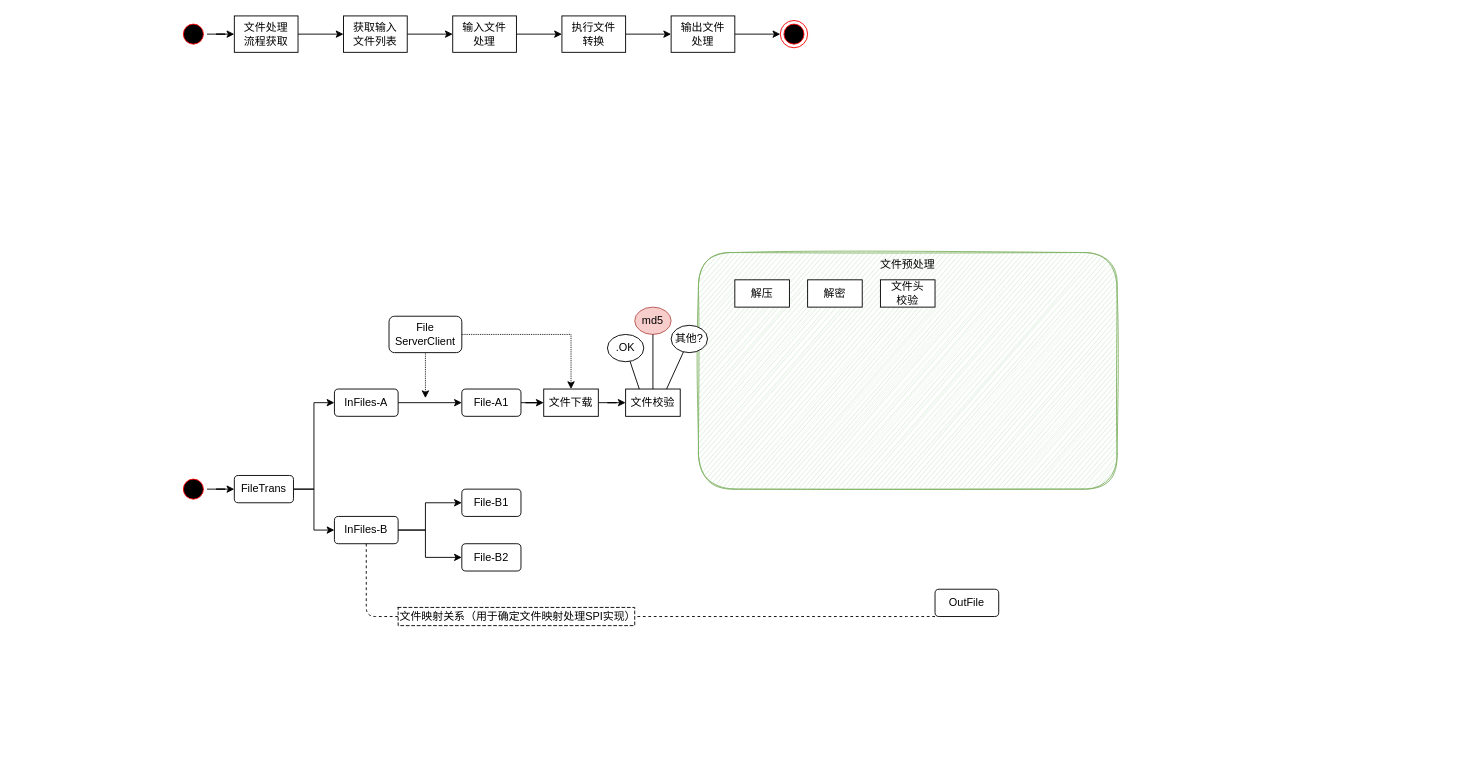
This is page "Page-4" (4 of 7) of diagrams.net/DDDtest.drawio from ZhengweiHou/simplegit, a draw.io file, before an edit. Source tidied: cells renumbered, new cells numbered last; positions are measured from the earlier drawing's top-left corner, leaving out a move shared by most shapes. Both pictures are drawn from the tidied source at 91%, with x=0, y=0 at pixel (179, 15).
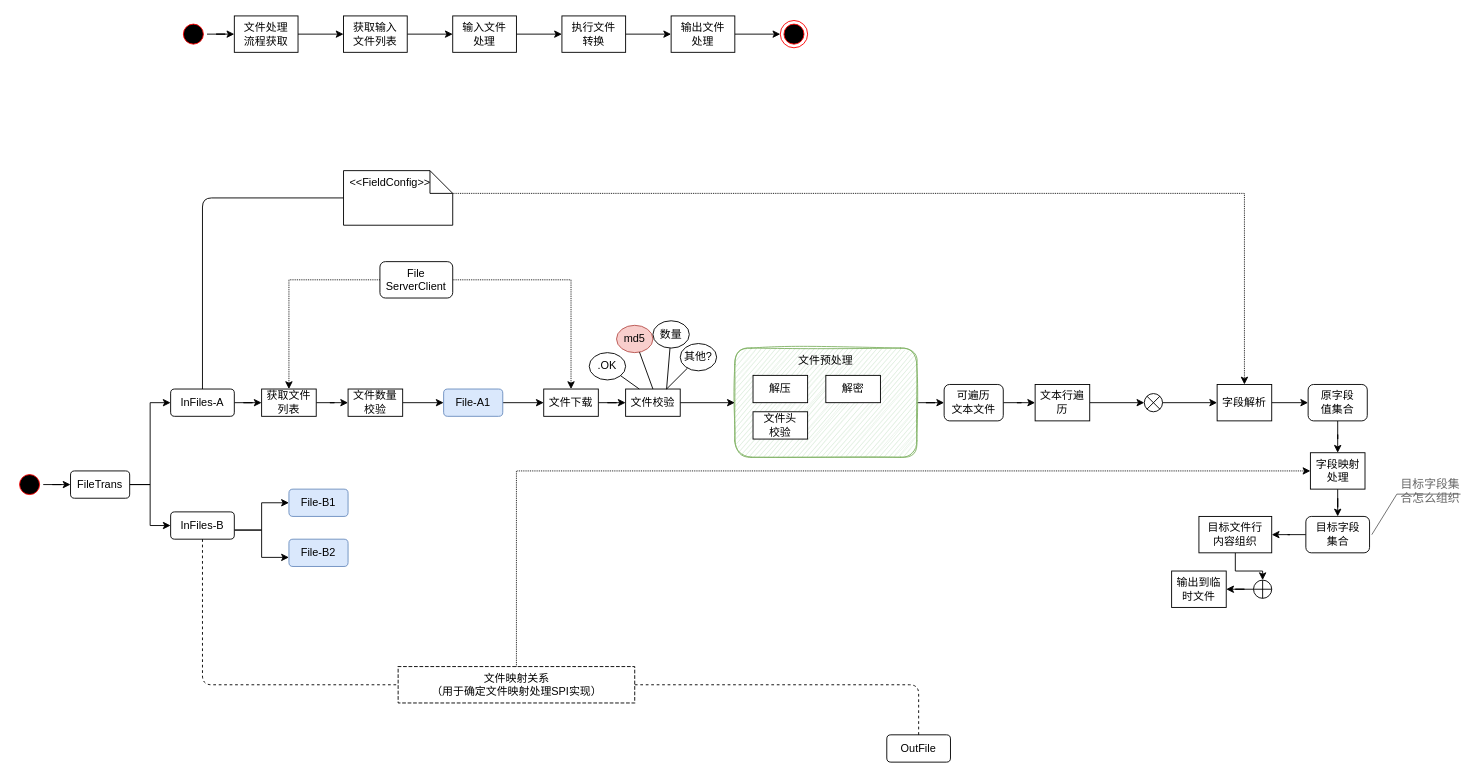
The same page after the edit.

The change refers to these unchanged cells:
```xml
<mxCell id="42" value="文件校验" style="rounded=0;whiteSpace=wrap;html=1;" parent="5" vertex="1">
  <mxGeometry x="490" y="410" width="60" height="30" as="geometry" />
</mxCell>
```

What changed in the source:
```diff
@@
+    <mxCell id="50" style="edgeStyle=orthogonalEdgeStyle;rounded=0;jettySize=auto;html=1;" parent="1" edge="1" source="2" target="59">
+      <mxGeometry relative="1" as="geometry" />
+    </mxCell>
     <mxCell id="2" value="&lt;div&gt;文件预处理&lt;br&gt;&lt;/div&gt;" style="rounded=1;whiteSpace=wrap;html=1;fillColor=#d5e8d4;strokeColor=#82b366;align=center;verticalAlign=top;glass=0;shadow=0;sketch=1;" parent="1" vertex="1">
-      <mxGeometry x="570" y="260" width="460" height="260" as="geometry" />
+      <mxGeometry x="610" y="365" width="200" height="120" as="geometry" />
     </mxCell>
-    <mxCell id="3" value="解密" style="rounded=0;whiteSpace=wrap;html=1;" parent="1" vertex="1">
-      <mxGeometry x="690" y="290" width="60" height="30" as="geometry" />
-    </mxCell>
-    <mxCell id="4" value="&lt;div&gt;文件头&lt;/div&gt;&lt;div&gt;校验&lt;/div&gt;" style="rounded=0;whiteSpace=wrap;html=1;" parent="1" vertex="1">
-      <mxGeometry x="770" y="290" width="60" height="30" as="geometry" />
-    </mxCell>
@@
     <mxCell id="20" style="ellipse;html=1;shape=startState;fillColor=#000000;strokeColor=#ff0000;" parent="5" vertex="1">
-      <mxGeometry y="505" width="30" height="30" as="geometry" />
+      <mxGeometry x="-180" y="500" width="30" height="30" as="geometry" />
     </mxCell>
@@
     <mxCell id="23" value="&lt;div&gt;FileTrans&lt;/div&gt;" style="rounded=1;whiteSpace=wrap;html=1;" parent="5" vertex="1">
-      <mxGeometry x="60" y="505" width="65" height="30" as="geometry" />
+      <mxGeometry x="-120" y="500" width="65" height="30" as="geometry" />
     </mxCell>
-    <mxCell id="24" style="edgeStyle=orthogonalEdgeStyle;rounded=0;jettySize=auto;html=1;" parent="5" edge="1" source="26" target="30">
+    <mxCell id="24" style="edgeStyle=orthogonalEdgeStyle;rounded=0;jettySize=auto;html=1;" parent="5" edge="1" source="26" target="55">
       <mxGeometry relative="1" as="geometry" />
     </mxCell>
     <mxCell id="25" style="edgeStyle=orthogonalEdgeStyle;rounded=0;jettySize=auto;html=1;" parent="5" edge="1" source="28" target="31">
       <mxGeometry relative="1" as="geometry">
         <Array as="points">
-          <mxPoint x="270" y="565" />
-          <mxPoint x="270" y="595" />
+          <mxPoint x="90" y="565" />
+          <mxPoint x="90" y="595" />
         </Array>
       </mxGeometry>
     </mxCell>
     <mxCell id="26" value="InFiles-A" style="rounded=1;whiteSpace=wrap;html=1;" parent="5" vertex="1">
-      <mxGeometry x="170" y="410" width="70" height="30" as="geometry" />
+      <mxGeometry x="-10" y="410" width="70" height="30" as="geometry" />
     </mxCell>
-    <mxCell id="27" style="edgeStyle=orthogonalEdgeStyle;rounded=0;jettySize=auto;html=1;entryX=0;entryY=0.5;entryDx=0;entryDy=0;" parent="5" edge="1" source="28" target="32">
+    <mxCell id="27" style="edgeStyle=orthogonalEdgeStyle;rounded=0;jettySize=auto;html=1;" parent="5" edge="1" source="28" target="32">
       <mxGeometry relative="1" as="geometry">
         <Array as="points">
-          <mxPoint x="270" y="565" />
-          <mxPoint x="270" y="535" />
+          <mxPoint x="90" y="565" />
+          <mxPoint x="90" y="535" />
+          <mxPoint x="130" y="535" />
+          <mxPoint x="130" y="530" />
         </Array>
       </mxGeometry>
     </mxCell>
     <mxCell id="28" value="InFiles-B" style="rounded=1;whiteSpace=wrap;html=1;" parent="5" vertex="1">
-      <mxGeometry x="170" y="550" width="70" height="30" as="geometry" />
+      <mxGeometry x="-10" y="545" width="70" height="30" as="geometry" />
     </mxCell>
@@
-    <mxCell id="30" value="&lt;div&gt;File-A1&lt;/div&gt;" style="rounded=1;whiteSpace=wrap;html=1;" parent="5" vertex="1">
-      <mxGeometry x="310" y="410" width="65" height="30" as="geometry" />
+    <mxCell id="30" value="&lt;div&gt;File-A1&lt;/div&gt;" style="rounded=1;whiteSpace=wrap;html=1;fillColor=#dae8fc;strokeColor=#6c8ebf;" parent="5" vertex="1">
+      <mxGeometry x="290" y="410" width="65" height="30" as="geometry" />
     </mxCell>
-    <mxCell id="31" value="&lt;div&gt;File-B2&lt;/div&gt;" style="rounded=1;whiteSpace=wrap;html=1;" parent="5" vertex="1">
-      <mxGeometry x="310" y="580" width="65" height="30" as="geometry" />
+    <mxCell id="31" value="&lt;div&gt;File-B2&lt;/div&gt;" style="rounded=1;whiteSpace=wrap;html=1;fillColor=#dae8fc;strokeColor=#6c8ebf;" parent="5" vertex="1">
+      <mxGeometry x="120" y="575" width="65" height="30" as="geometry" />
     </mxCell>
-    <mxCell id="32" value="&lt;div&gt;File-B1&lt;/div&gt;" style="rounded=1;whiteSpace=wrap;html=1;" parent="5" vertex="1">
-      <mxGeometry x="310" y="520" width="65" height="30" as="geometry" />
+    <mxCell id="32" value="&lt;div&gt;File-B1&lt;/div&gt;" style="rounded=1;whiteSpace=wrap;html=1;fillColor=#dae8fc;strokeColor=#6c8ebf;" parent="5" vertex="1">
+      <mxGeometry x="120" y="520" width="65" height="30" as="geometry" />
     </mxCell>
     <mxCell id="33" value="OutFile" style="rounded=1;whiteSpace=wrap;html=1;" parent="5" vertex="1">
-      <mxGeometry x="830" y="630" width="70" height="30" as="geometry" />
+      <mxGeometry x="777" y="790" width="70" height="30" as="geometry" />
     </mxCell>
-    <mxCell id="34" value="文件映射关系（用于确定文件映射处理SPI实现）" style="shape=partialRectangle;html=1;top=1;align=left;dashed=1;" parent="5" vertex="1">
-      <mxGeometry x="240" y="650" width="260" height="20" as="geometry" />
+    <mxCell id="34" value="&lt;div&gt;文件映射关系&lt;/div&gt;&lt;div&gt;（用于确定文件映射处理SPI实现）&lt;/div&gt;" style="shape=partialRectangle;html=1;top=1;align=center;dashed=1;" parent="5" vertex="1">
+      <mxGeometry x="240" y="715" width="260" height="40" as="geometry" />
     </mxCell>
     <mxCell id="35" style="endArrow=none;dashed=1;html=1;entryX=0;entryY=0.5;entryDx=0;entryDy=0;edgeStyle=orthogonalEdgeStyle;" parent="5" edge="1" source="28" target="34">
-      <mxGeometry relative="1" as="geometry" />
+      <mxGeometry relative="1" as="geometry">
+        <Array as="points">
+          <mxPoint x="25" y="735" />
+        </Array>
+      </mxGeometry>
     </mxCell>
     <mxCell id="36" style="endArrow=none;dashed=1;html=1;entryX=1;entryY=0.5;entryDx=0;entryDy=0;edgeStyle=orthogonalEdgeStyle;" parent="5" edge="1" source="33" target="34">
       <mxGeometry relative="1" as="geometry">
         <Array as="points">
-          <mxPoint x="805" y="660" />
+          <mxPoint x="500" y="735" />
         </Array>
       </mxGeometry>
     </mxCell>
-    <mxCell id="37" style="edgeStyle=orthogonalEdgeStyle;rounded=0;jettySize=auto;html=1;dashed=1;dashPattern=1 1;" parent="5" edge="1" source="39">
-      <mxGeometry relative="1" as="geometry">
-        <mxPoint x="270" y="420" as="targetPoint" />
-      </mxGeometry>
+    <mxCell id="37" style="edgeStyle=orthogonalEdgeStyle;rounded=0;jettySize=auto;html=1;dashed=1;dashPattern=1 1;" parent="5" edge="1" source="39" target="55">
+      <mxGeometry relative="1" as="geometry" />
     </mxCell>
@@
     <mxCell id="39" value="&lt;div&gt;File&lt;/div&gt;&lt;div&gt;ServerClient&lt;/div&gt;" style="rounded=1;whiteSpace=wrap;html=1;" parent="5" vertex="1">
-      <mxGeometry x="230" y="330" width="80" height="40" as="geometry" />
+      <mxGeometry x="220" y="270" width="80" height="40" as="geometry" />
     </mxCell>
@@
+    <mxCell id="51" style="edgeStyle=orthogonalEdgeStyle;rounded=0;jettySize=auto;html=1;" parent="5" edge="1" source="42" target="2">
+      <mxGeometry relative="1" as="geometry" />
+    </mxCell>
@@
     <mxCell id="43" value=".OK" style="ellipse;whiteSpace=wrap;html=1;" parent="5" vertex="1">
-      <mxGeometry x="470" y="350" width="40" height="30" as="geometry" />
+      <mxGeometry x="450" y="370" width="40" height="30" as="geometry" />
     </mxCell>
@@
     <mxCell id="45" value="md5" style="ellipse;whiteSpace=wrap;html=1;fillColor=#f8cecc;strokeColor=#b85450;" parent="5" vertex="1">
-      <mxGeometry x="500" y="320" width="40" height="30" as="geometry" />
+      <mxGeometry x="480" y="340" width="40" height="30" as="geometry" />
     </mxCell>
@@
-    <mxCell id="47" value="其他?" style="ellipse;whiteSpace=wrap;html=1;" parent="5" vertex="1">
-      <mxGeometry x="540" y="340" width="40" height="30" as="geometry" />
+    <mxCell id="47" value="数量" style="ellipse;whiteSpace=wrap;html=1;" parent="5" vertex="1">
+      <mxGeometry x="520" y="335" width="40" height="30" as="geometry" />
     </mxCell>
@@
+    <mxCell id="3" value="解密" style="rounded=0;whiteSpace=wrap;html=1;" parent="5" vertex="1">
+      <mxGeometry x="710" y="395" width="60" height="30" as="geometry" />
+    </mxCell>
+    <mxCell id="4" value="&lt;div&gt;文件头&lt;/div&gt;&lt;div&gt;校验&lt;/div&gt;" style="rounded=0;whiteSpace=wrap;html=1;" parent="5" vertex="1">
+      <mxGeometry x="630" y="435" width="60" height="30" as="geometry" />
+    </mxCell>
     <mxCell id="49" value="解压" style="rounded=0;whiteSpace=wrap;html=1;" parent="5" vertex="1">
-      <mxGeometry x="610" y="290" width="60" height="30" as="geometry" />
+      <mxGeometry x="630" y="395" width="60" height="30" as="geometry" />
     </mxCell>
+    <mxCell id="52" value="其他?" style="ellipse;whiteSpace=wrap;html=1;" parent="5" vertex="1">
+      <mxGeometry x="550" y="360" width="40" height="30" as="geometry" />
+    </mxCell>
+    <mxCell id="53" style="endArrow=none;html=1;exitX=0.75;exitY=0;exitDx=0;exitDy=0;" parent="5" edge="1" source="42" target="52">
+      <mxGeometry relative="1" as="geometry" />
+    </mxCell>
+    <mxCell id="54" style="edgeStyle=orthogonalEdgeStyle;rounded=0;jettySize=auto;html=1;" parent="5" edge="1" source="55" target="57">
+      <mxGeometry relative="1" as="geometry" />
+    </mxCell>
+    <mxCell id="55" value="获取文件列表" style="rounded=0;whiteSpace=wrap;html=1;" parent="5" vertex="1">
+      <mxGeometry x="90" y="410" width="60" height="30" as="geometry" />
+    </mxCell>
+    <mxCell id="56" style="edgeStyle=orthogonalEdgeStyle;rounded=0;jettySize=auto;html=1;" parent="5" edge="1" source="57" target="30">
+      <mxGeometry relative="1" as="geometry" />
+    </mxCell>
+    <mxCell id="57" value="文件数量校验" style="rounded=0;whiteSpace=wrap;html=1;" parent="5" vertex="1">
+      <mxGeometry x="185" y="410" width="60" height="30" as="geometry" />
+    </mxCell>
+    <mxCell id="58" style="edgeStyle=orthogonalEdgeStyle;rounded=0;jettySize=auto;html=1;" parent="5" edge="1" source="59" target="64">
+      <mxGeometry relative="1" as="geometry" />
+    </mxCell>
+    <mxCell id="59" value="&lt;div&gt;可遍历&lt;/div&gt;&lt;div&gt;文本文件&lt;/div&gt;" style="rounded=1;whiteSpace=wrap;html=1;" parent="5" vertex="1">
+      <mxGeometry x="840" y="405" width="65" height="40" as="geometry" />
+    </mxCell>
+    <mxCell id="60" style="shape=note2;boundedLbl=1;whiteSpace=wrap;html=1;size=25;verticalAlign=top;align=center;rounded=1;shadow=0;glass=0;sketch=0;fillColor=none;gradientColor=none;" parent="5" vertex="1">
+      <mxGeometry x="180" y="170" width="120" height="60" as="geometry" />
+    </mxCell>
+    <mxCell id="61" value="&lt;&lt;FieldConfig&gt;&gt;" style="strokeColor=none;fillColor=none;align=left;spacingLeft=5;" parent="60" vertex="1">
+      <mxGeometry width="120" height="25" relative="1" as="geometry" />
+    </mxCell>
+    <mxCell id="62" style="endArrow=none;html=1;exitX=0.5;exitY=0;exitDx=0;exitDy=0;entryX=0;entryY=0.5;entryDx=0;entryDy=0;entryPerimeter=0;edgeStyle=orthogonalEdgeStyle;" parent="5" edge="1" source="26" target="60">
+      <mxGeometry relative="1" as="geometry" />
+    </mxCell>
+    <mxCell id="63" style="edgeStyle=orthogonalEdgeStyle;rounded=0;jettySize=auto;html=1;entryX=0;entryY=0.5;entryDx=0;entryDy=0;entryPerimeter=0;" parent="5" edge="1" source="64" target="77">
+      <mxGeometry relative="1" as="geometry" />
+    </mxCell>
+    <mxCell id="64" value="文本行遍历" style="rounded=0;whiteSpace=wrap;html=1;" parent="5" vertex="1">
+      <mxGeometry x="940" y="405" width="60" height="40" as="geometry" />
+    </mxCell>
+    <mxCell id="65" style="edgeStyle=orthogonalEdgeStyle;rounded=0;jettySize=auto;html=1;" parent="5" edge="1" source="66" target="69">
+      <mxGeometry relative="1" as="geometry" />
+    </mxCell>
+    <mxCell id="66" value="字段解析" style="rounded=0;whiteSpace=wrap;html=1;" parent="5" vertex="1">
+      <mxGeometry x="1140" y="405" width="60" height="40" as="geometry" />
+    </mxCell>
+    <mxCell id="67" style="edgeStyle=orthogonalEdgeStyle;rounded=0;jettySize=auto;html=1;dashed=1;dashPattern=1 1;entryX=0.5;entryY=0;entryDx=0;entryDy=0;exitX=0;exitY=0;exitDx=120;exitDy=25;exitPerimeter=0;" parent="5" edge="1" source="60" target="66">
+      <mxGeometry relative="1" as="geometry" />
+    </mxCell>
+    <mxCell id="68" style="edgeStyle=orthogonalEdgeStyle;rounded=0;jettySize=auto;html=1;" parent="5" edge="1" source="69" target="71">
+      <mxGeometry relative="1" as="geometry" />
+    </mxCell>
+    <mxCell id="69" value="&lt;div&gt;原字段&lt;/div&gt;&lt;div&gt;值集合&lt;/div&gt;" style="rounded=1;whiteSpace=wrap;html=1;" parent="5" vertex="1">
+      <mxGeometry x="1240" y="405" width="65" height="40" as="geometry" />
+    </mxCell>
+    <mxCell id="70" style="edgeStyle=orthogonalEdgeStyle;rounded=0;jettySize=auto;html=1;" parent="5" edge="1" source="71" target="74">
+      <mxGeometry relative="1" as="geometry" />
+    </mxCell>
+    <mxCell id="71" value="字段映射处理" style="rounded=0;whiteSpace=wrap;html=1;" parent="5" vertex="1">
+      <mxGeometry x="1242.5" y="480" width="60" height="40" as="geometry" />
+    </mxCell>
+    <mxCell id="72" style="edgeStyle=orthogonalEdgeStyle;rounded=0;jettySize=auto;html=1;dashed=1;dashPattern=1 1;entryX=0;entryY=0.5;entryDx=0;entryDy=0;exitX=0.5;exitY=0;exitDx=0;exitDy=0;" parent="5" edge="1" source="34" target="71">
+      <mxGeometry relative="1" as="geometry">
+        <Array as="points">
+          <mxPoint x="370" y="500" />
+        </Array>
+      </mxGeometry>
+    </mxCell>
+    <mxCell id="73" style="edgeStyle=orthogonalEdgeStyle;rounded=0;jettySize=auto;html=1;fontSize=13;" parent="5" edge="1" source="74" target="81">
+      <mxGeometry relative="1" as="geometry" />
+    </mxCell>
+    <mxCell id="74" value="&lt;div&gt;目标字段&lt;/div&gt;&lt;div&gt;集合&lt;/div&gt;" style="rounded=1;whiteSpace=wrap;html=1;" parent="5" vertex="1">
+      <mxGeometry x="1237.5" y="550" width="70" height="40" as="geometry" />
+    </mxCell>
+    <mxCell id="75" value="&lt;div style=&quot;font-size: 13px;&quot;&gt;目标字段集&lt;/div&gt;&lt;div style=&quot;font-size: 13px;&quot;&gt;合怎么组织&lt;/div&gt;" style="strokeWidth=1;shadow=0;dashed=0;align=left;html=1;shape=mxgraph.mockup.text.callout;linkText=;textSize=17;textColor=#666666;callDir=NE;callStyle=line;fontSize=13;fontColor=#666666;align=right;verticalAlign=top;strokeColor=#666666;rounded=1;glass=0;sketch=0;fillColor=none;gradientColor=none;horizontal=1;" parent="5" vertex="1">
+      <mxGeometry x="1310" y="500" width="97.5" height="70" as="geometry" />
+    </mxCell>
+    <mxCell id="76" style="edgeStyle=orthogonalEdgeStyle;rounded=0;jettySize=auto;html=1;fontSize=13;" parent="5" edge="1" source="77" target="66">
+      <mxGeometry relative="1" as="geometry" />
+    </mxCell>
+    <mxCell id="77" style="verticalLabelPosition=bottom;verticalAlign=top;html=1;shape=mxgraph.flowchart.or;rounded=1;shadow=0;glass=0;sketch=0;fontSize=13;fillColor=none;gradientColor=none;" parent="5" vertex="1">
+      <mxGeometry x="1060" y="415" width="20" height="20" as="geometry" />
+    </mxCell>
+    <mxCell id="78" style="edgeStyle=orthogonalEdgeStyle;rounded=0;jettySize=auto;html=1;fontSize=13;" parent="5" edge="1" source="79" target="82">
+      <mxGeometry relative="1" as="geometry" />
+    </mxCell>
+    <mxCell id="79" style="verticalLabelPosition=bottom;verticalAlign=top;html=1;shape=mxgraph.flowchart.summing_function;rounded=1;shadow=0;glass=0;sketch=0;fontSize=13;fillColor=none;gradientColor=none;" parent="5" vertex="1">
+      <mxGeometry x="1180" y="620" width="20" height="20" as="geometry" />
+    </mxCell>
+    <mxCell id="80" style="edgeStyle=orthogonalEdgeStyle;rounded=0;jettySize=auto;html=1;fontSize=13;" parent="5" edge="1" source="81" target="79">
+      <mxGeometry relative="1" as="geometry" />
+    </mxCell>
+    <mxCell id="81" value="&lt;div&gt;目标文件行&lt;/div&gt;&lt;div&gt;内容组织&lt;/div&gt;" style="rounded=0;whiteSpace=wrap;html=1;" parent="5" vertex="1">
+      <mxGeometry x="1120" y="550" width="80" height="40" as="geometry" />
+    </mxCell>
+    <mxCell id="82" value="输出到临时文件" style="rounded=0;whiteSpace=wrap;html=1;" parent="5" vertex="1">
+      <mxGeometry x="1090" y="610" width="60" height="40" as="geometry" />
+    </mxCell>
```
